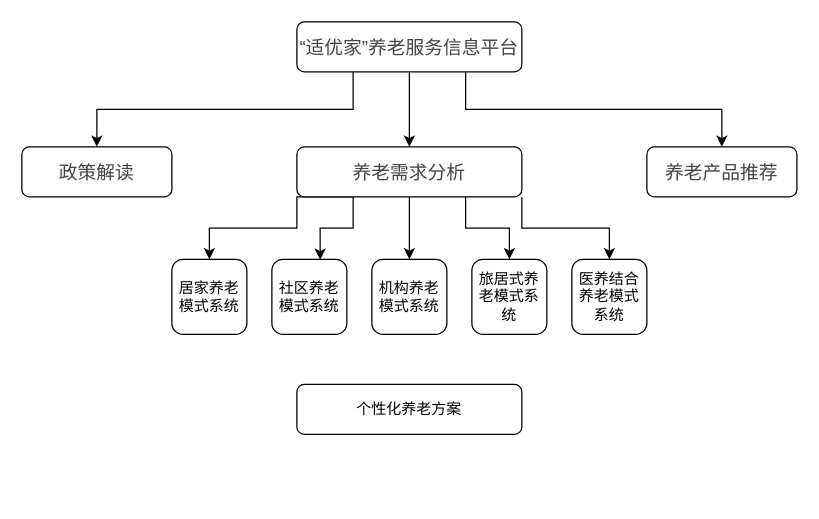
grace-tech/javaScript keeps this draw.io diagram as Untitled Diagram.drawio. Above is the earlier version. Source tidied: cells renumbered, new cells numbered last; positions are measured from the earlier drawing's top-left corner, leaving out a move shared by most shapes. Both pictures are drawn from the tidied source at 125%, with x=0, y=0 at pixel (21, 21).
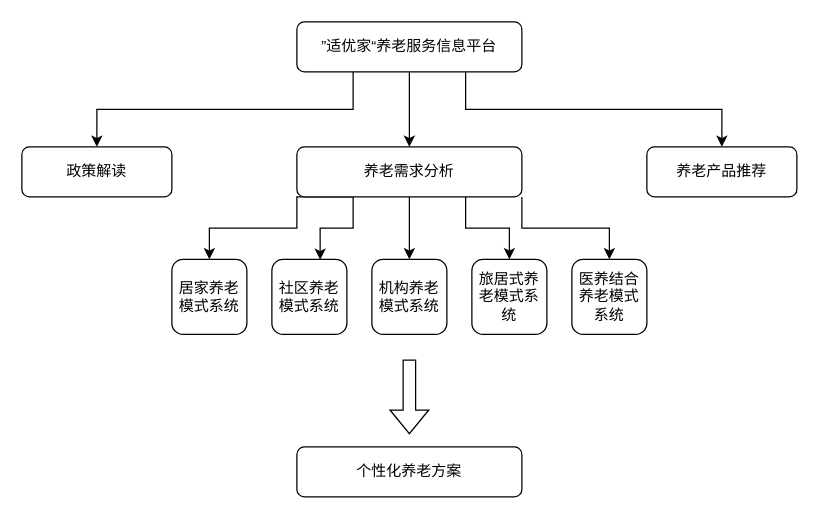
After the change.

Diff of the diagram source:
```diff
@@
-    <mxCell id="2" value="&lt;div style=&quot;text-align: left&quot;&gt;&lt;font color=&quot;#444444&quot;&gt;&lt;span style=&quot;font-size: 15px ; background-color: rgb(255 , 255 , 255)&quot;&gt;政策解读&lt;/span&gt;&lt;/font&gt;&lt;/div&gt;" style="rounded=1;whiteSpace=wrap;html=1;fontSize=12;glass=0;strokeWidth=1;shadow=0;" parent="1" vertex="1">
+    <mxCell id="2" value="&lt;div style=&quot;text-align: left&quot;&gt;&lt;span style=&quot;text-align: center&quot;&gt;政策解读&lt;/span&gt;&lt;br&gt;&lt;/div&gt;" style="rounded=1;whiteSpace=wrap;html=1;fontSize=12;glass=0;strokeWidth=1;shadow=0;" parent="1" vertex="1">
       <mxGeometry y="100" width="120" height="40" as="geometry" />
     </mxCell>
-    <mxCell id="3" value="&lt;div style=&quot;text-align: left&quot;&gt;&lt;font color=&quot;#444444&quot;&gt;&lt;span style=&quot;font-size: 15px ; background-color: rgb(255 , 255 , 255)&quot;&gt;养老产品推荐&lt;/span&gt;&lt;/font&gt;&lt;/div&gt;" style="rounded=1;whiteSpace=wrap;html=1;fontSize=12;glass=0;strokeWidth=1;shadow=0;" parent="1" vertex="1">
+    <mxCell id="3" value="&lt;div style=&quot;text-align: left&quot;&gt;&lt;span style=&quot;text-align: center&quot;&gt;养老产品推荐&lt;/span&gt;&lt;br&gt;&lt;/div&gt;" style="rounded=1;whiteSpace=wrap;html=1;fontSize=12;glass=0;strokeWidth=1;shadow=0;" parent="1" vertex="1">
       <mxGeometry x="500" y="100" width="120" height="40" as="geometry" />
     </mxCell>
@@
-    <mxCell id="7" value="&lt;span style=&quot;color: rgb(68 , 68 , 68) ; font-family: &amp;#34;arial&amp;#34; , ; font-size: 15px ; text-align: left ; background-color: rgb(255 , 255 , 255)&quot;&gt;“适优家”养老服务信息平台&lt;/span&gt;" style="rounded=1;whiteSpace=wrap;html=1;fontSize=12;glass=0;strokeWidth=1;shadow=0;" parent="1" vertex="1">
+    <mxCell id="7" value="”适优家“养老服务信息平台" style="rounded=1;whiteSpace=wrap;html=1;fontSize=12;glass=0;strokeWidth=1;shadow=0;" parent="1" vertex="1">
       <mxGeometry x="220" width="180" height="40" as="geometry" />
     </mxCell>
@@
+    <mxCell id="20" style="edgeStyle=orthogonalEdgeStyle;shape=flexArrow;rounded=0;orthogonalLoop=1;jettySize=auto;html=1;" parent="1" edge="1">
+      <mxGeometry relative="1" as="geometry">
+        <mxPoint x="310" y="270" as="sourcePoint" />
+        <mxPoint x="310" y="330" as="targetPoint" />
+      </mxGeometry>
+    </mxCell>
@@
-    <mxCell id="18" value="&lt;div style=&quot;text-align: left&quot;&gt;&lt;font color=&quot;#444444&quot;&gt;&lt;span style=&quot;font-size: 15px ; background-color: rgb(255 , 255 , 255)&quot;&gt;养老需求分析&lt;/span&gt;&lt;/font&gt;&lt;/div&gt;" style="rounded=1;whiteSpace=wrap;html=1;fontSize=12;glass=0;strokeWidth=1;shadow=0;" parent="1" vertex="1">
+    <mxCell id="18" value="养老需求分析" style="rounded=1;whiteSpace=wrap;html=1;fontSize=12;glass=0;strokeWidth=1;shadow=0;" parent="1" vertex="1">
       <mxGeometry x="220" y="100" width="180" height="40" as="geometry" />
     </mxCell>
     <mxCell id="19" value="&lt;span&gt;个性化养老方案&lt;/span&gt;" style="rounded=1;whiteSpace=wrap;html=1;fontSize=12;glass=0;strokeWidth=1;shadow=0;" parent="1" vertex="1">
-      <mxGeometry x="220" y="290" width="180" height="40" as="geometry" />
+      <mxGeometry x="220" y="340" width="180" height="40" as="geometry" />
     </mxCell>
```
